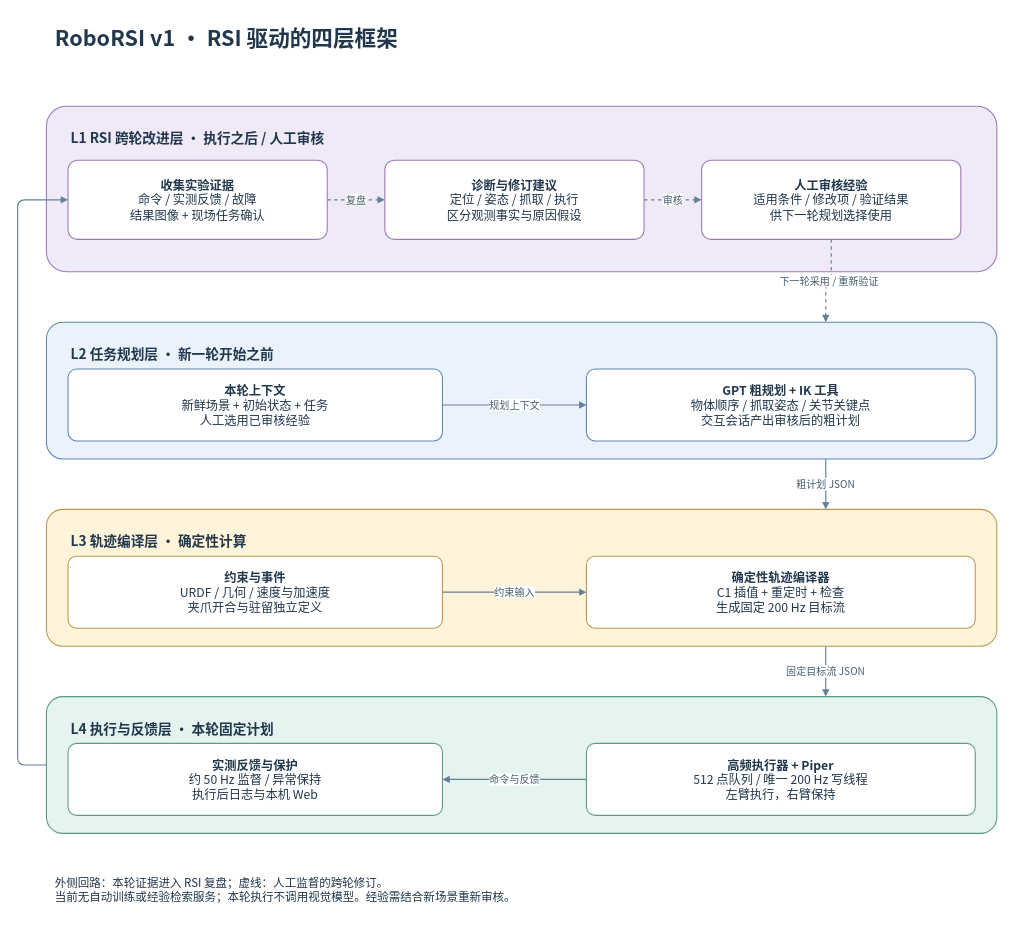
The draw.io diagram docs/figures/architecture.drawio in Srt-tian/RoboRSI_v1, before the edit. Source tidied: cells renumbered, new cells numbered last; positions are measured from the earlier drawing's top-left corner, leaving out a move shared by most shapes. Both pictures are drawn from the tidied source at 72%, with x=0, y=0 at pixel (17, 12).
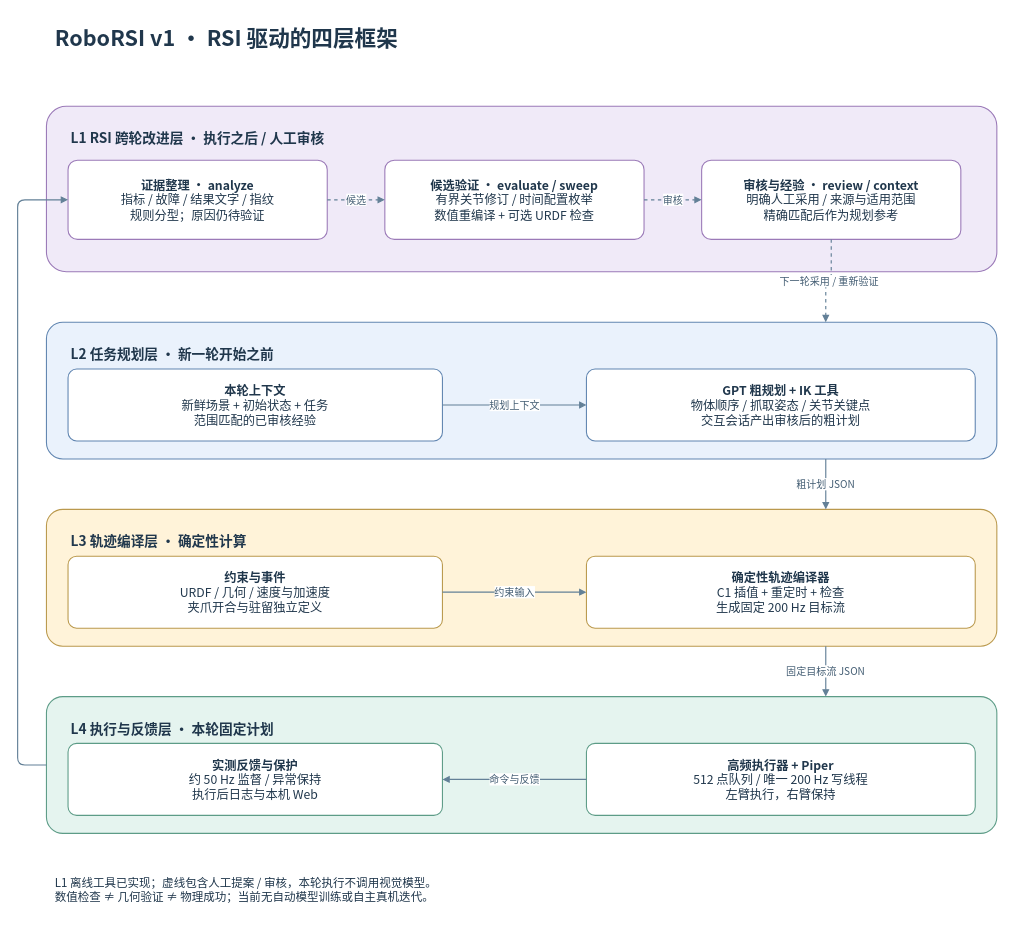
The same page after the edit.

The change refers to these unchanged cells:
```xml
<mxCell id="3" value="L1  RSI 跨轮改进层 · 执行之后 / 人工审核" style="rounded=1;whiteSpace=wrap;html=1;fillColor=#F0EAF8;strokeColor=#9B7AB8;strokeWidth=1.5;fontFamily=Noto Sans CJK SC;fontSize=17;fontColor=#20374C;spacing=12;arcSize=12;verticalAlign=top;align=left;spacingTop=16;spacingLeft=22;fontStyle=1;fontSize=19;" parent="1" vertex="1">
  <mxGeometry x="40" y="130" width="1320" height="230" as="geometry" />
</mxCell>
<mxCell id="4" value="L2  任务规划层 · 新一轮开始之前" style="rounded=1;whiteSpace=wrap;html=1;fillColor=#EAF2FC;strokeColor=#6186B1;strokeWidth=1.5;fontFamily=Noto Sans CJK SC;fontSize=17;fontColor=#20374C;spacing=12;arcSize=12;verticalAlign=top;align=left;spacingTop=16;spacingLeft=22;fontStyle=1;fontSize=19;" parent="1" vertex="1">
  <mxGeometry x="40" y="430" width="1320" height="190" as="geometry" />
</mxCell>
```

Change to the diagram source:
```diff
@@
-    <mxCell id="7" value="&lt;b&gt;收集实验证据&lt;/b&gt;&lt;br&gt;命令 / 实测反馈 / 故障&lt;br&gt;结果图像 + 现场任务确认" style="rounded=1;whiteSpace=wrap;html=1;fillColor=#F0EAF8;strokeColor=#9B7AB8;strokeWidth=1.5;fontFamily=Noto Sans CJK SC;fontSize=17;fontColor=#20374C;spacing=12;arcSize=12;fillColor=#FFFFFF;" parent="3" vertex="1">
+    <mxCell id="7" value="&lt;b&gt;证据整理 · analyze&lt;/b&gt;&lt;br&gt;指标 / 故障 / 结果文字 / 指纹&lt;br&gt;规则分型；原因仍待验证" style="rounded=1;whiteSpace=wrap;html=1;fillColor=#F0EAF8;strokeColor=#9B7AB8;strokeWidth=1.5;fontFamily=Noto Sans CJK SC;fontSize=17;fontColor=#20374C;spacing=12;arcSize=12;fillColor=#FFFFFF;" parent="3" vertex="1">
       <mxGeometry x="30" y="75" width="360" height="110" as="geometry" />
     </mxCell>
-    <mxCell id="8" value="&lt;b&gt;诊断与修订建议&lt;/b&gt;&lt;br&gt;定位 / 姿态 / 抓取 / 执行&lt;br&gt;区分观测事实与原因假设" style="rounded=1;whiteSpace=wrap;html=1;fillColor=#F0EAF8;strokeColor=#9B7AB8;strokeWidth=1.5;fontFamily=Noto Sans CJK SC;fontSize=17;fontColor=#20374C;spacing=12;arcSize=12;fillColor=#FFFFFF;" parent="3" vertex="1">
+    <mxCell id="8" value="&lt;b&gt;候选验证 · evaluate / sweep&lt;/b&gt;&lt;br&gt;有界关节修订 / 时间配置枚举&lt;br&gt;数值重编译 + 可选 URDF 检查" style="rounded=1;whiteSpace=wrap;html=1;fillColor=#F0EAF8;strokeColor=#9B7AB8;strokeWidth=1.5;fontFamily=Noto Sans CJK SC;fontSize=17;fontColor=#20374C;spacing=12;arcSize=12;fillColor=#FFFFFF;" parent="3" vertex="1">
       <mxGeometry x="470" y="75" width="360" height="110" as="geometry" />
     </mxCell>
-    <mxCell id="9" value="&lt;b&gt;人工审核经验&lt;/b&gt;&lt;br&gt;适用条件 / 修改项 / 验证结果&lt;br&gt;供下一轮规划选择使用" style="rounded=1;whiteSpace=wrap;html=1;fillColor=#F0EAF8;strokeColor=#9B7AB8;strokeWidth=1.5;fontFamily=Noto Sans CJK SC;fontSize=17;fontColor=#20374C;spacing=12;arcSize=12;fillColor=#FFFFFF;" parent="3" vertex="1">
+    <mxCell id="9" value="&lt;b&gt;审核与经验 · review / context&lt;/b&gt;&lt;br&gt;明确人工采用 / 来源与适用范围&lt;br&gt;精确匹配后作为规划参考" style="rounded=1;whiteSpace=wrap;html=1;fillColor=#F0EAF8;strokeColor=#9B7AB8;strokeWidth=1.5;fontFamily=Noto Sans CJK SC;fontSize=17;fontColor=#20374C;spacing=12;arcSize=12;fillColor=#FFFFFF;" parent="3" vertex="1">
       <mxGeometry x="910" y="75" width="360" height="110" as="geometry" />
     </mxCell>
-    <mxCell id="10" value="&lt;b&gt;本轮上下文&lt;/b&gt;&lt;br&gt;新鲜场景 + 初始状态 + 任务&lt;br&gt;人工选用已审核经验" style="rounded=1;whiteSpace=wrap;html=1;fillColor=#EAF2FC;strokeColor=#6186B1;strokeWidth=1.5;fontFamily=Noto Sans CJK SC;fontSize=17;fontColor=#20374C;spacing=12;arcSize=12;fillColor=#FFFFFF;" parent="4" vertex="1">
+    <mxCell id="10" value="&lt;b&gt;本轮上下文&lt;/b&gt;&lt;br&gt;新鲜场景 + 初始状态 + 任务&lt;br&gt;范围匹配的已审核经验" style="rounded=1;whiteSpace=wrap;html=1;fillColor=#EAF2FC;strokeColor=#6186B1;strokeWidth=1.5;fontFamily=Noto Sans CJK SC;fontSize=17;fontColor=#20374C;spacing=12;arcSize=12;fillColor=#FFFFFF;" parent="4" vertex="1">
       <mxGeometry x="30" y="65" width="520" height="100" as="geometry" />
     </mxCell>
@@
-    <mxCell id="16" value="复盘" style="edgeStyle=orthogonalEdgeStyle;rounded=1;jettySize=auto;html=1;endArrow=block;strokeWidth=1.6;fontFamily=Noto Sans CJK SC;fontSize=14;labelBackgroundColor=#FFFFFF;strokeColor=#638097;fontColor=#425C72;exitX=1;exitY=.5;entryX=0;entryY=.5;dashed=1;" parent="1" edge="1" source="7" target="8">
+    <mxCell id="16" value="候选" style="edgeStyle=orthogonalEdgeStyle;rounded=1;jettySize=auto;html=1;endArrow=block;strokeWidth=1.6;fontFamily=Noto Sans CJK SC;fontSize=14;labelBackgroundColor=#FFFFFF;strokeColor=#638097;fontColor=#425C72;exitX=1;exitY=.5;entryX=0;entryY=.5;dashed=1;" parent="1" edge="1" source="7" target="8">
       <mxGeometry relative="1" as="geometry" />
     </mxCell>
@@
-    <mxCell id="25" value="外侧回路：本轮证据进入 RSI 复盘；虚线：人工监督的跨轮修订。&lt;br&gt;当前无自动训练或经验检索服务；本轮执行不调用视觉模型。经验需结合新场景重新审核。" style="rounded=1;whiteSpace=wrap;html=1;fillColor=#EAF2FC;strokeColor=#6186B1;strokeWidth=1.5;fontFamily=Noto Sans CJK SC;fontSize=17;fontColor=#20374C;spacing=12;arcSize=12;fillColor=none;strokeColor=none;align=left;fontSize=16;" parent="1" vertex="1">
+    <mxCell id="25" value="L1 离线工具已实现；虚线包含人工提案 / 审核，本轮执行不调用视觉模型。&lt;br&gt;数值检查 ≠ 几何验证 ≠ 物理成功；当前无自动模型训练或自主真机迭代。" style="rounded=1;whiteSpace=wrap;html=1;fillColor=#EAF2FC;strokeColor=#6186B1;strokeWidth=1.5;fontFamily=Noto Sans CJK SC;fontSize=17;fontColor=#20374C;spacing=12;arcSize=12;fillColor=none;strokeColor=none;align=left;fontSize=16;" parent="1" vertex="1">
       <mxGeometry x="40" y="1180" width="1320" height="75" as="geometry" />
     </mxCell>
```
